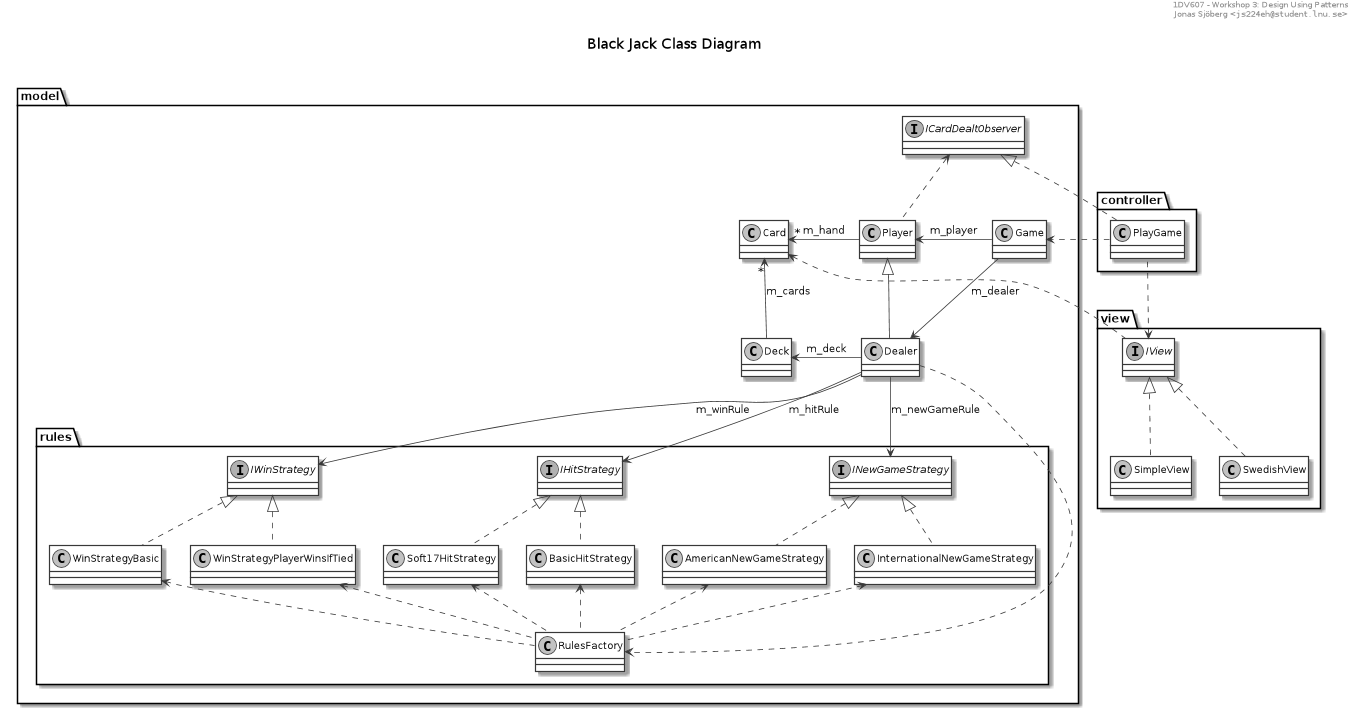
jonasjberg/1dv607_workshop1 keeps this PlantUML diagram as workshop3/uml/class-diagram_modified.png. Above is the earlier version.
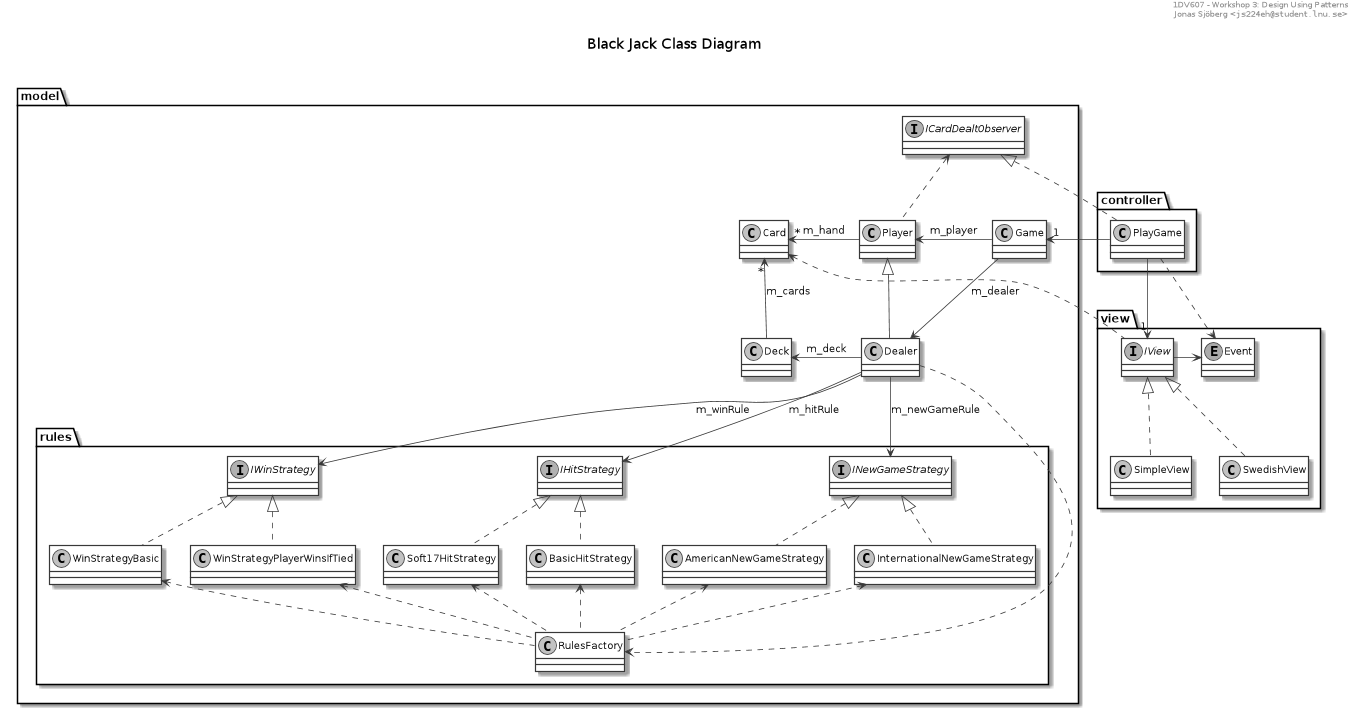
Above is the later version.

Commit message:
Add 'Event' and fixed dependency to new diagram.

The edit, as a diff of the source:
```diff
@@ -25,6 +25,10 @@
 
     IView <|.. SimpleView
     IView <|.. SwedishView
+
+    enum Event
+
+    IView -> Event
 }
 
 package model {
@@ -89,9 +93,11 @@
     Dealer --> IWinStrategy : m_winRule
 }
 
-PlayGame ..> Game
-IView <.. PlayGame
+PlayGame --> "1" Game
+IView "1" <-- PlayGame
 Card <.. IView
+
+PlayGame ..> Event
 
 
 @enduml
```
